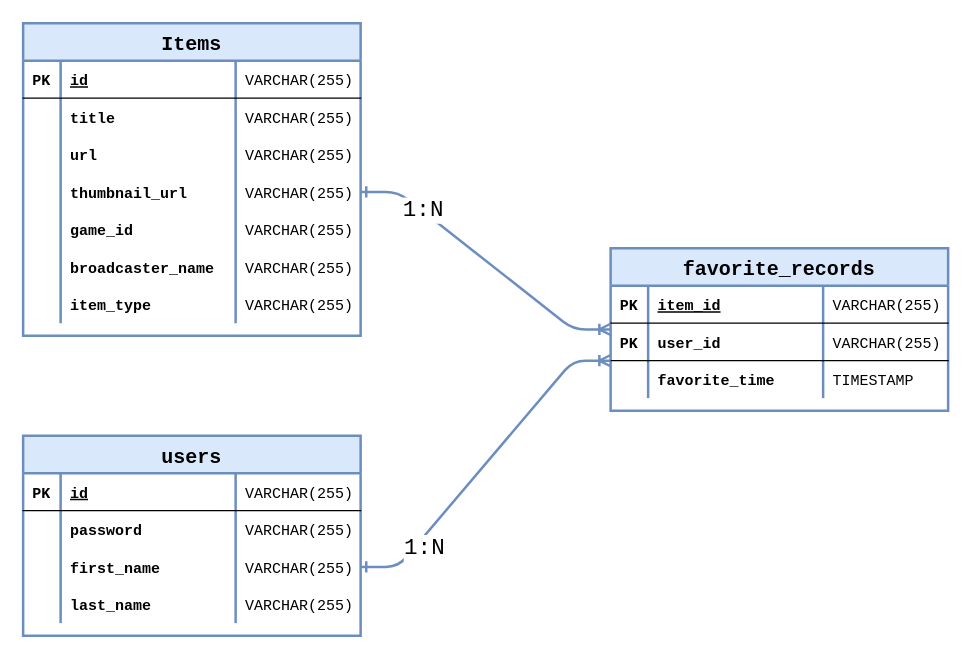
This is page "MySQL" (2 of 2) of resources/JupiterDiagram.drawio from oscargong/jupiter, a draw.io file, before an edit. Source tidied: cells renumbered, new cells numbered last; positions are measured from the earlier drawing's top-left corner, leaving out a move shared by most shapes. Both pictures are drawn from the tidied source at 125%, with x=0, y=0 at pixel (22, 22).
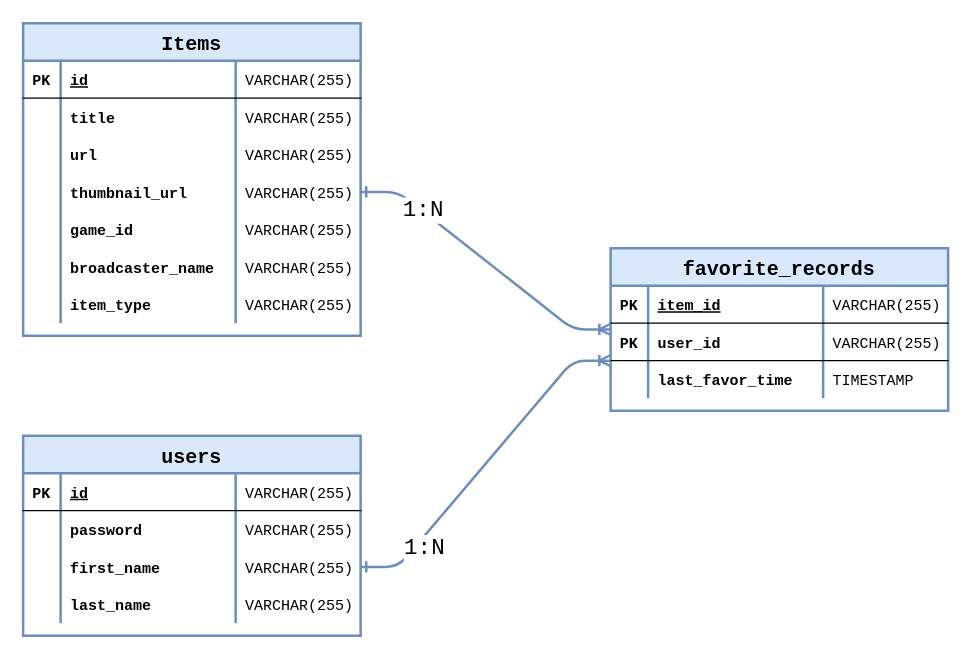
The same diagram, later.

Unchanged cells that the change refers to:
```xml
<mxCell id="57" style="shape=partialRectangle;fillColor=none;top=0;left=0;bottom=0;right=0;fontFamily=Courier New;fontStyle=1;" parent="48" vertex="1">
  <mxGeometry y="90" width="270" height="30" as="geometry" />
</mxCell>
```

Change to the diagram source:
```diff
@@
-    <mxCell id="59" value="favorite_time" style="shape=partialRectangle;fillColor=none;top=0;left=0;bottom=0;right=0;align=left;spacingLeft=6;overflow=hidden;fontFamily=Courier New;fontStyle=1;" parent="57" vertex="1">
+    <mxCell id="59" value="last_favor_time" style="shape=partialRectangle;fillColor=none;top=0;left=0;bottom=0;right=0;align=left;spacingLeft=6;overflow=hidden;fontFamily=Courier New;fontStyle=1;" parent="57" vertex="1">
       <mxGeometry x="30" width="140" height="30" as="geometry" />
     </mxCell>
```
